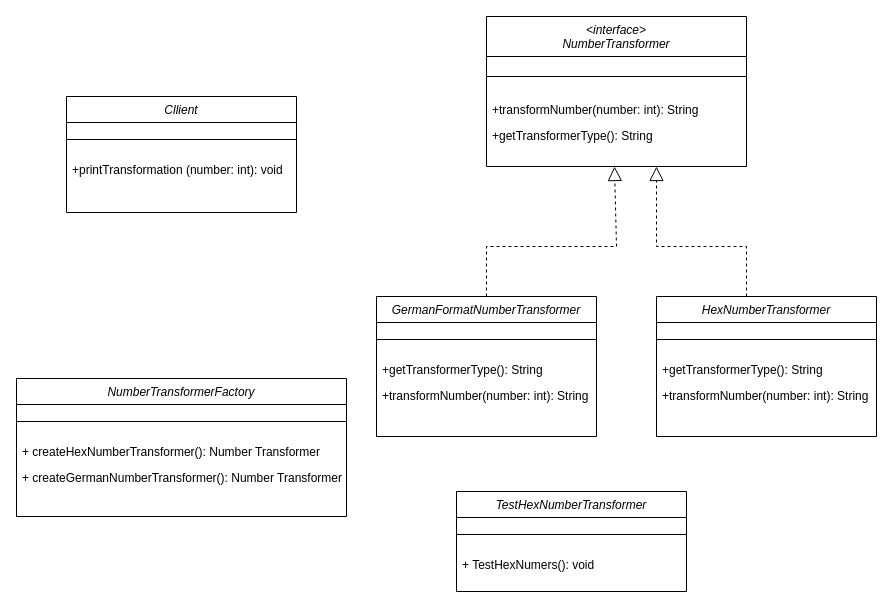
The draw.io diagram Uebung1/UML_Uebung1.drawio in Software-Engineering-Team-HBRS/uebungsaufgaben, before the edit. Source tidied: cells renumbered, new cells numbered last; positions are measured from the earlier drawing's top-left corner, leaving out a move shared by most shapes. Both pictures are drawn from the tidied source at 100%, with x=0, y=0 at pixel (16, 16).
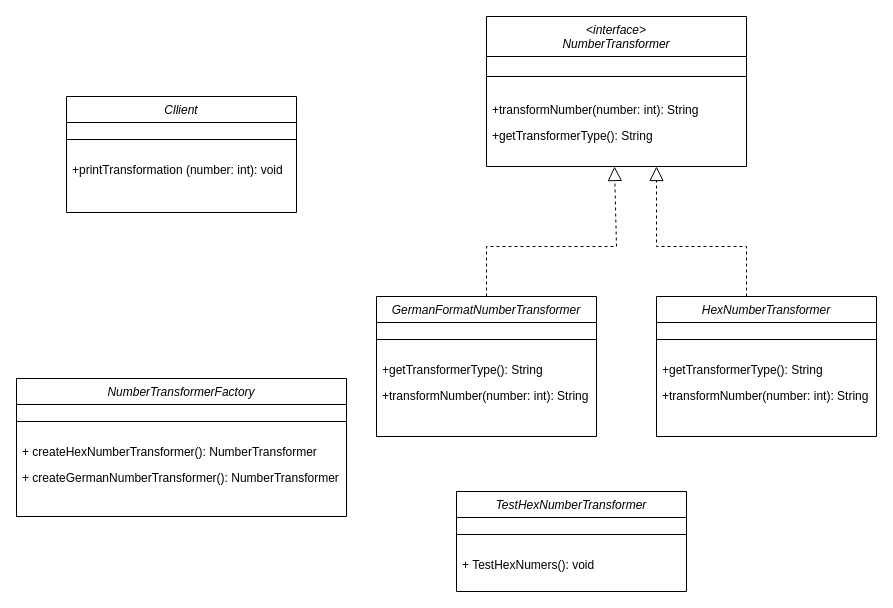
The same diagram, later.

Unchanged cells that the change refers to:
```xml
<mxCell id="5" value="NumberTransformerFactory" style="swimlane;fontStyle=2;align=center;verticalAlign=top;horizontal=1;startSize=26;rounded=0;shadow=0;strokeWidth=1;" parent="1" vertex="1">
  <mxGeometry y="362" width="330" height="138" as="geometry" />
</mxCell>
```

What changed in the source:
```diff
@@
-    <mxCell id="7" value="+ createHexNumberTransformer(): Number Transformer" style="text;align=left;verticalAlign=top;spacingLeft=4;spacingRight=4;overflow=hidden;" parent="5" vertex="1">
+    <mxCell id="7" value="+ createHexNumberTransformer(): NumberTransformer" style="text;align=left;verticalAlign=top;spacingLeft=4;spacingRight=4;overflow=hidden;" parent="5" vertex="1">
       <mxGeometry y="60" width="330" height="26" as="geometry" />
     </mxCell>
-    <mxCell id="8" value="+ createGermanNumberTransformer(): Number Transformer" style="text;align=left;verticalAlign=top;spacingLeft=4;spacingRight=4;overflow=hidden;" parent="5" vertex="1">
+    <mxCell id="8" value="+ createGermanNumberTransformer(): NumberTransformer" style="text;align=left;verticalAlign=top;spacingLeft=4;spacingRight=4;overflow=hidden;" parent="5" vertex="1">
       <mxGeometry y="86" width="330" height="26" as="geometry" />
     </mxCell>
```
